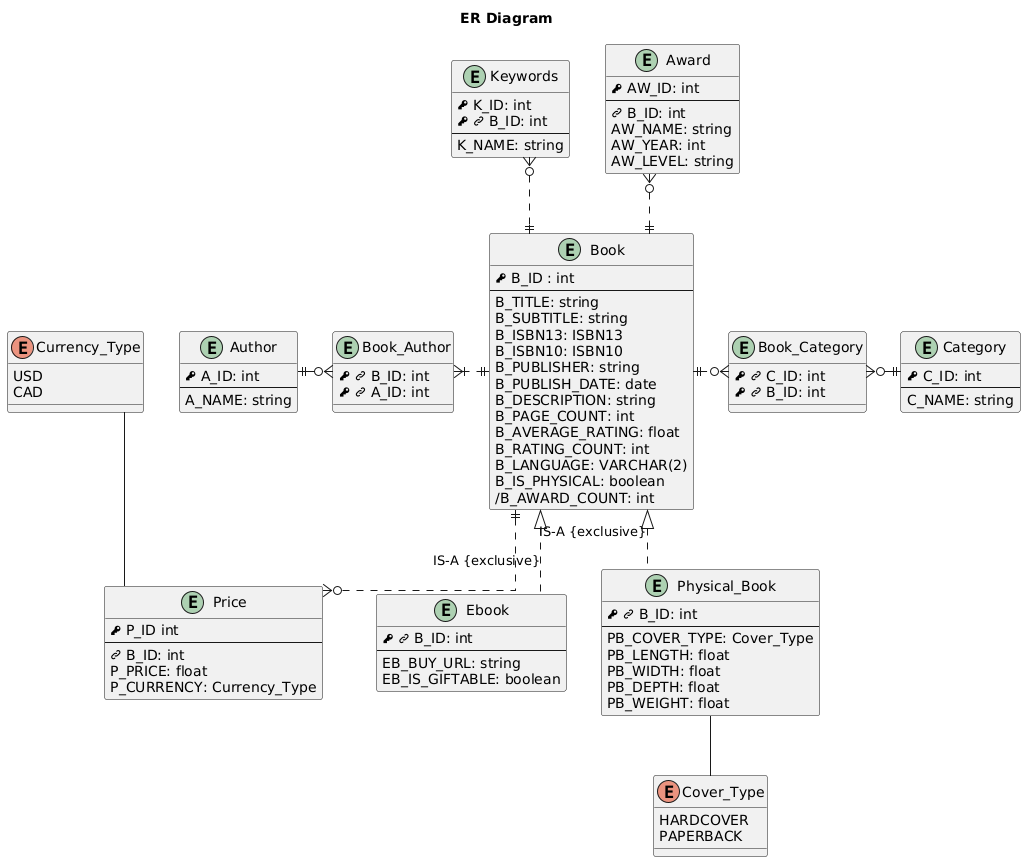
Above: diagrams/out/ERD/ER-Diagram.png in NathanGrenier/SOEN-363-Project (PlantUML), before the change. Source of this version:
```plantuml
@startuml ER-Diagram
title ER Diagram
skinparam linetype ortho

!define PK <&key>
!define FK <&link-intact>

entity Book {
    PK B_ID : int
    --
    B_TITLE: string
    B_SUBTITLE: string
    B_ISBN13: ISBN13
    B_ISBN10: ISBN10
    B_PUBLISHER: string
    B_PUBLISH_DATE: date
    B_DESCRIPTION: string
    B_PAGE_COUNT: int
    B_AVERAGE_RATING: float
    B_RATING_COUNT: int
    B_LANGUAGE: VARCHAR(2)
    B_IS_PHYSICAL: boolean
    /B_AWARD_COUNT: int
}
enum Cover_Type {
    HARDCOVER
    PAPERBACK
}
entity Physical_Book {
    PK FK B_ID: int
    --
    PB_COVER_TYPE: Cover_Type
    PB_LENGTH: float
    PB_WIDTH: float
    PB_DEPTH: float
    PB_WEIGHT: float
}
entity Ebook {
    PK FK B_ID: int
    --
    EB_BUY_URL: string
    EB_IS_GIFTABLE: boolean
}

entity Category {
    PK C_ID: int
    --
    C_NAME: string
}
entity Book_Category {
    PK FK C_ID: int
    PK FK B_ID: int
}

entity Author {
    PK A_ID: int
    --
    A_NAME: string
}
entity Book_Author{
    PK FK B_ID: int
    PK FK A_ID: int
}

enum Currency_Type {
    USD
    CAD
}
entity Price {
    PK P_ID int
    --
    FK B_ID: int
    P_PRICE: float
    P_CURRENCY: Currency_Type
}

entity Award {
    PK AW_ID: int
    --
    FK B_ID: int
    AW_NAME: string
    AW_YEAR: int
    AW_LEVEL: string
}

entity Keywords {
    PK K_ID: int
    PK FK B_ID: int
    --
    K_NAME: string
}

Cover_Type -up- Physical_Book

Book <|.. Physical_Book: IS-A {exclusive}
Book <|.. Ebook: IS-A {exclusive}

Book ||.left.|{ Book_Author
Book_Author }o-left-|| Author

Book ||.right.o{ Book_Category
Book_Category }o-right-|| Category

Currency_Type -- Price

Book ||..o{ Price

Book ||.up.o{ Award

Book ||.up.o{ Keywords
@enduml
```
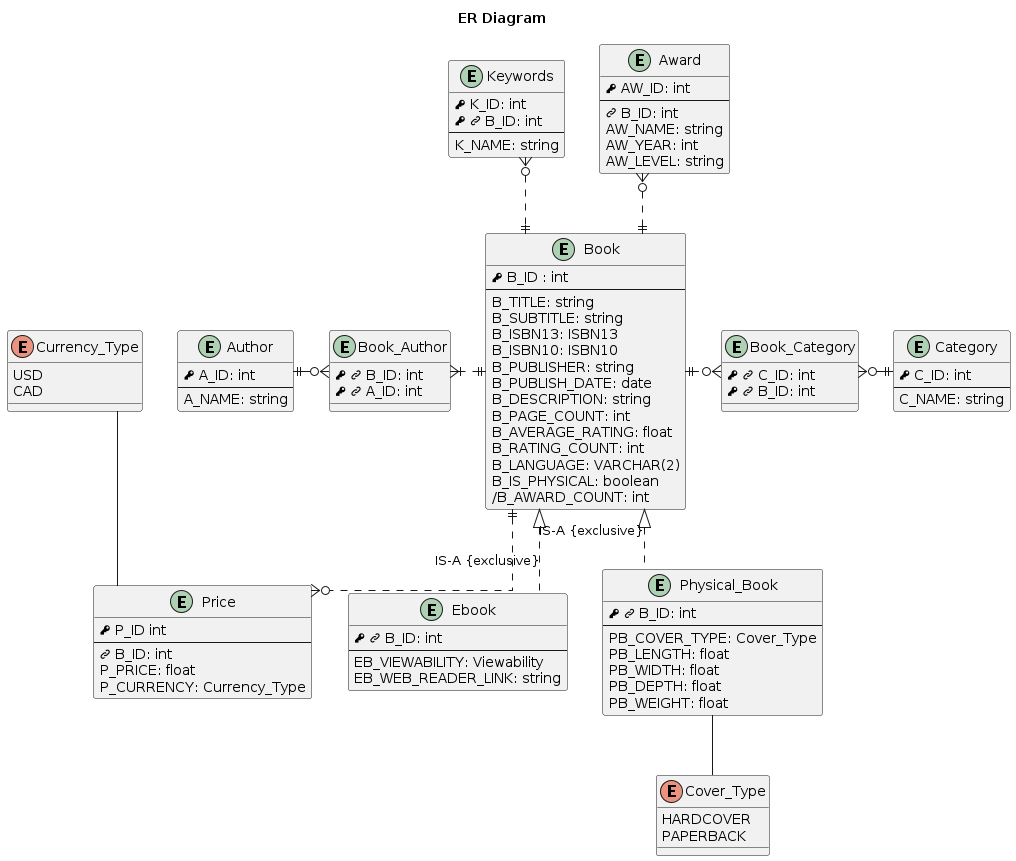
The same file after the commit.

Diff of the diagram source:
```diff
@@ -38,8 +38,8 @@
 entity Ebook {
     PK FK B_ID: int
     --
-    EB_BUY_URL: string
-    EB_IS_GIFTABLE: boolean
+    EB_VIEWABILITY: Viewability
+    EB_WEB_READER_LINK: string
 }
 
 entity Category {
```
